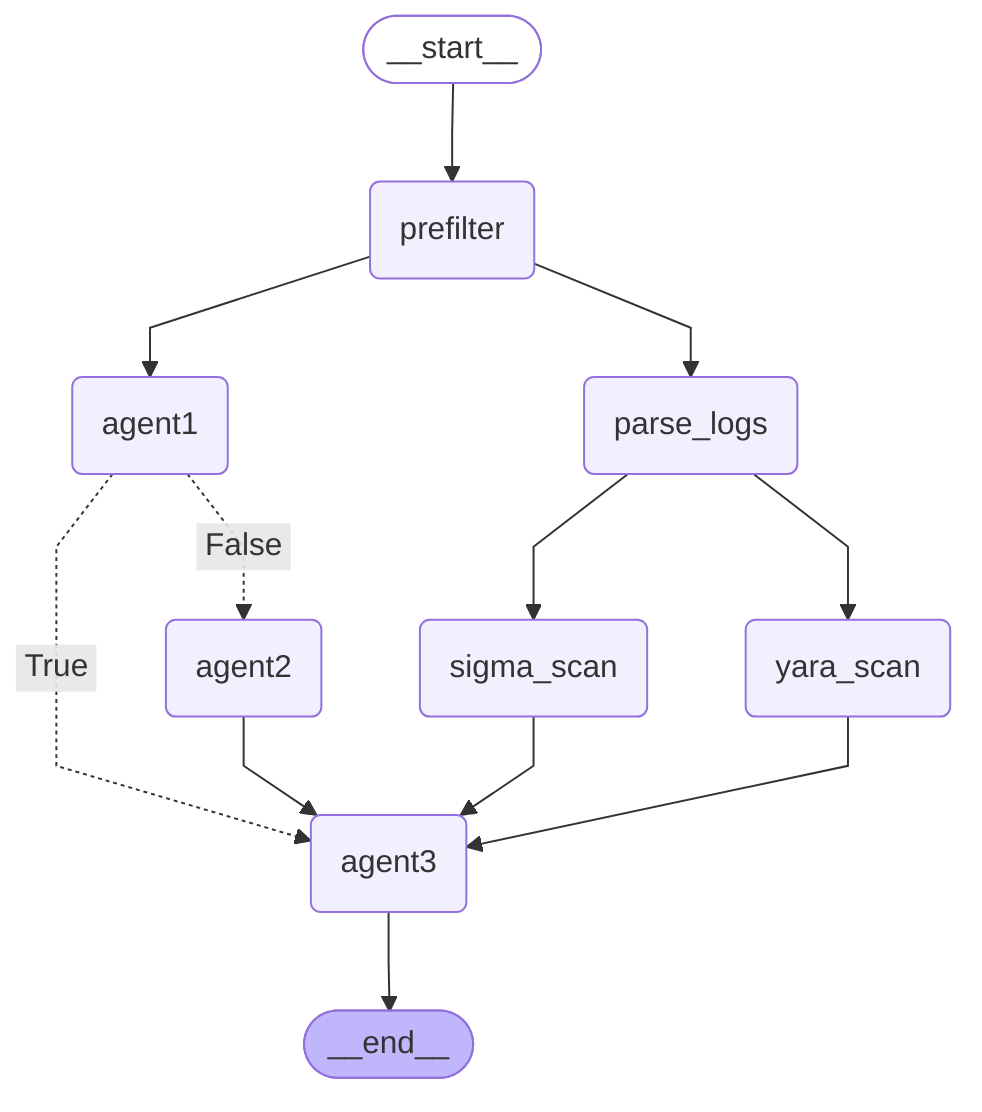
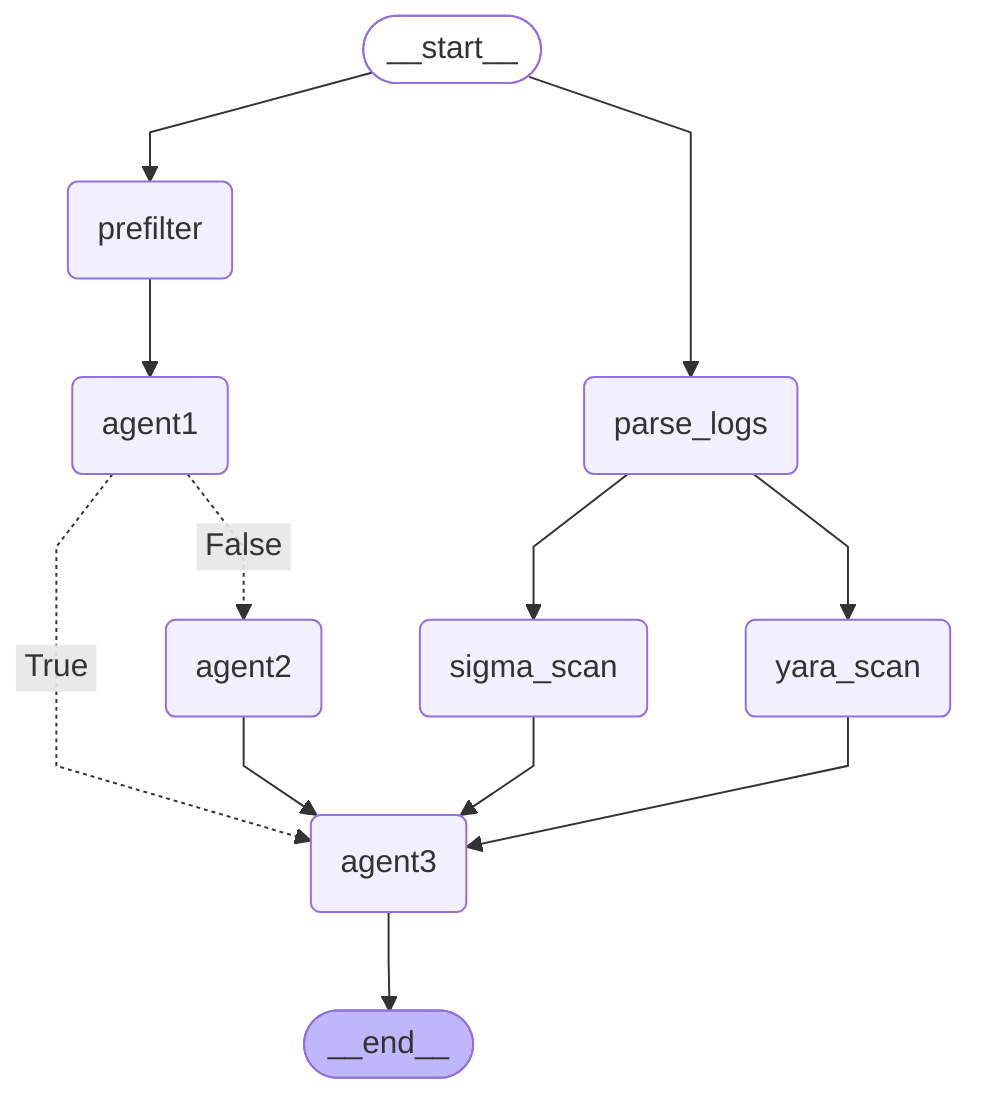
---
config:
  flowchart:
    curve: linear
---
graph TD;
	__start__([<p>__start__</p>]):::first
	prefilter(prefilter)
	agent1(agent1)
	parse_logs(parse_logs)
	agent2(agent2)
	yara_scan(yara_scan)
	sigma_scan(sigma_scan)
	agent3(agent3)
	__end__([<p>__end__</p>]):::last
+ 	__start__ --> parse_logs;
	__start__ --> prefilter;
	agent1 -. &nbsp;False&nbsp; .-> agent2;
	agent1 -. &nbsp;True&nbsp; .-> agent3;
	agent2 --> agent3;
	parse_logs --> sigma_scan;
	parse_logs --> yara_scan;
	prefilter --> agent1;
- 	prefilter --> parse_logs;
	sigma_scan --> agent3;
	yara_scan --> agent3;
	agent3 --> __end__;
	classDef default fill:#f2f0ff,line-height:1.2
	classDef first fill-opacity:0
	classDef last fill:#bfb6fc
